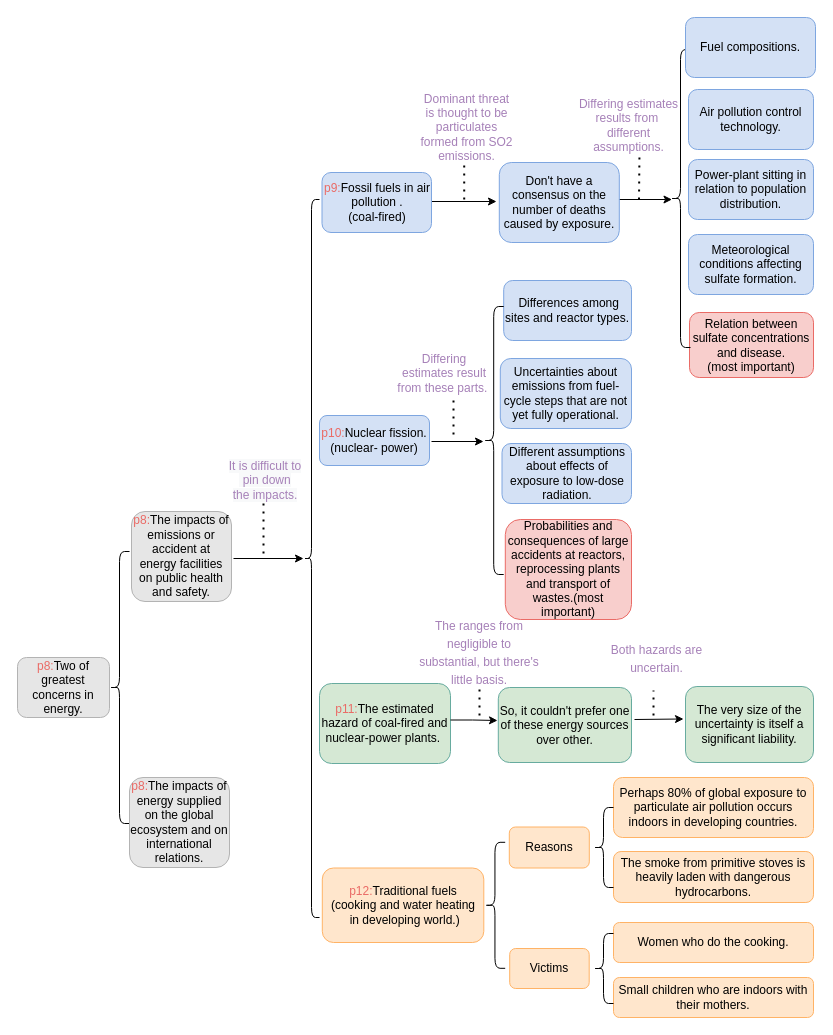
The draw.io diagram mindmap.drawio in limengzhu3211/draw, before the edit. Source tidied: cells renumbered, new cells numbered last; positions are measured from the earlier drawing's top-left corner, leaving out a move shared by most shapes. Both pictures are drawn from the tidied source at 100%, with x=0, y=0 at pixel (17, 17).
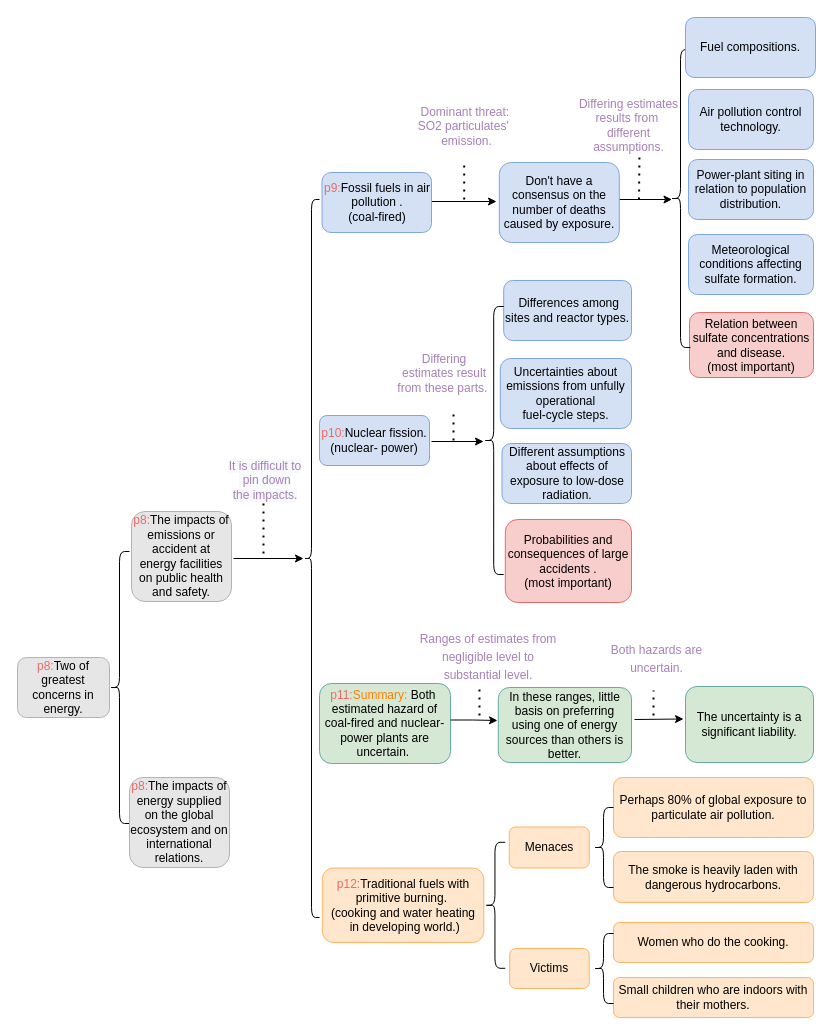
After the change.

The edit, as a diff of the source:
```diff
@@
-    <mxCell id="9" value="Power-plant sitting in relation to population distribution." style="rounded=1;whiteSpace=wrap;html=1;fillColor=#D4E1F5;strokeColor=#7EA6E0;" parent="1" vertex="1">
+    <mxCell id="9" value="Power-plant siting in relation to population distribution." style="rounded=1;whiteSpace=wrap;html=1;fillColor=#D4E1F5;strokeColor=#7EA6E0;" parent="1" vertex="1">
       <mxGeometry x="671" y="142" width="125" height="60" as="geometry" />
     </mxCell>
@@
-    <mxCell id="14" value="Uncertainties about emissions from fuel-cycle steps that are not yet fully operational." style="rounded=1;whiteSpace=wrap;html=1;fillColor=#D4E1F5;strokeColor=#7EA6E0;" parent="1" vertex="1">
+    <mxCell id="14" value="Uncertainties about emissions from unfully operational&lt;br&gt;fuel-cycle steps." style="rounded=1;whiteSpace=wrap;html=1;fillColor=#D4E1F5;strokeColor=#7EA6E0;" parent="1" vertex="1">
       <mxGeometry x="482.8" y="341" width="131.2" height="70" as="geometry" />
     </mxCell>
@@
-    <mxCell id="16" value="Probabilities and consequences of large accidents at reactors, reprocessing plants and transport of wastes.(most important)" style="rounded=1;whiteSpace=wrap;html=1;fillColor=#F8CECC;strokeColor=#EA6B66;" parent="1" vertex="1">
-      <mxGeometry x="487.8" y="502" width="126.2" height="100" as="geometry" />
+    <mxCell id="16" value="Probabilities and consequences of large accidents .&lt;br&gt;(most important)" style="rounded=1;whiteSpace=wrap;html=1;fillColor=#F8CECC;strokeColor=#EA6B66;" parent="1" vertex="1">
+      <mxGeometry x="487.8" y="502" width="126.2" height="83" as="geometry" />
     </mxCell>
@@
-    <mxCell id="18" value="So, it couldn't prefer one of these energy sources over other." style="rounded=1;whiteSpace=wrap;html=1;fillColor=#D5E8D4;strokeColor=#67AB9F;" parent="1" vertex="1">
+    <mxCell id="18" value="In these ranges, little basis on preferring using one of energy sources than others is better." style="rounded=1;whiteSpace=wrap;html=1;fillColor=#D5E8D4;strokeColor=#67AB9F;" parent="1" vertex="1">
       <mxGeometry x="480.8" y="670" width="133.2" height="75" as="geometry" />
     </mxCell>
-    <mxCell id="19" value="Perhaps 80% of global exposure to particulate air pollution occurs indoors in developing countries." style="rounded=1;whiteSpace=wrap;html=1;fillColor=#FFE6CC;strokeColor=#FFB366;" parent="1" vertex="1">
+    <mxCell id="19" value="Perhaps 80% of global exposure to particulate air pollution." style="rounded=1;whiteSpace=wrap;html=1;fillColor=#FFE6CC;strokeColor=#FFB366;" parent="1" vertex="1">
       <mxGeometry x="596" y="760" width="200" height="60" as="geometry" />
     </mxCell>
@@
-    <mxCell id="34" style="endArrow=none;dashed=1;html=1;dashPattern=1 3;strokeWidth=2;entryX=0.5;entryY=1;entryDx=0;entryDy=0;" parent="1" edge="1">
+    <mxCell id="34" style="endArrow=none;dashed=1;html=1;dashPattern=1 3;strokeWidth=2;" parent="1" edge="1">
       <mxGeometry relative="1" as="geometry">
-        <mxPoint x="436" y="417" as="sourcePoint" />
-        <mxPoint x="436" y="377" as="targetPoint" />
+        <mxPoint x="436" y="423" as="sourcePoint" />
+        <mxPoint x="436" y="395" as="targetPoint" />
       </mxGeometry>
     </mxCell>
-    <mxCell id="35" value="&lt;span style=&quot;font-family: &amp;#34;helvetica&amp;#34;&quot;&gt;&lt;font color=&quot;#ea6b66&quot;&gt;p11:&lt;/font&gt;The estimated hazard of coal-fired and nuclear-power plants.&amp;nbsp;&lt;/span&gt;" style="rounded=1;whiteSpace=wrap;html=1;fillColor=#D5E8D4;strokeColor=#67AB9F;" parent="1" vertex="1">
+    <mxCell id="35" value="&lt;span style=&quot;font-family: &amp;#34;helvetica&amp;#34;&quot;&gt;&lt;font color=&quot;#ea6b66&quot;&gt;p11:&lt;/font&gt;&lt;font color=&quot;#ff8000&quot;&gt;Summary:&lt;/font&gt;&amp;nbsp;&lt;/span&gt;&lt;span style=&quot;font-family: &amp;#34;helvetica&amp;#34;&quot;&gt;Both&amp;nbsp;&lt;/span&gt;&lt;span style=&quot;font-family: &amp;#34;helvetica&amp;#34;&quot;&gt;&lt;br&gt;estimated hazard of coal-fired and nuclear-power plants are uncertain.&amp;nbsp;&lt;/span&gt;" style="rounded=1;whiteSpace=wrap;html=1;fillColor=#D5E8D4;strokeColor=#67AB9F;" parent="1" vertex="1">
       <mxGeometry x="302" y="666" width="131" height="80" as="geometry" />
     </mxCell>
-    <mxCell id="36" value="&lt;span style=&quot;font-family: &amp;#34;helvetica&amp;#34;&quot;&gt;&lt;font color=&quot;#a680b8&quot;&gt;Dominant threat &lt;br&gt;is thought to be particulates formed from SO2 emissions.&lt;/font&gt;&lt;/span&gt;" style="text;html=1;strokeColor=none;fillColor=none;align=center;verticalAlign=middle;whiteSpace=wrap;rounded=0;" parent="1" vertex="1">
-      <mxGeometry x="397.5" y="63" width="102.5" height="94" as="geometry" />
+    <mxCell id="36" value="&lt;span style=&quot;font-family: &amp;#34;helvetica&amp;#34;&quot;&gt;&lt;font color=&quot;#a680b8&quot;&gt;Dominant threat:&amp;nbsp;&lt;br&gt;SO2&amp;nbsp;&lt;/font&gt;&lt;/span&gt;&lt;span style=&quot;color: rgb(166 , 128 , 184) ; font-family: &amp;#34;helvetica&amp;#34;&quot;&gt;particulates'&amp;nbsp;&amp;nbsp;&lt;/span&gt;&lt;span style=&quot;font-family: &amp;#34;helvetica&amp;#34;&quot;&gt;&lt;font color=&quot;#a680b8&quot;&gt;&lt;br&gt;emission.&lt;/font&gt;&lt;/span&gt;" style="text;html=1;strokeColor=none;fillColor=none;align=center;verticalAlign=middle;whiteSpace=wrap;rounded=0;" parent="1" vertex="1">
+      <mxGeometry x="397.5" y="63" width="102.5" height="92" as="geometry" />
     </mxCell>
@@
-    <mxCell id="38" value="&lt;span&gt;The smoke from primitive stoves is heavily laden with dangerous hydrocarbons.&lt;/span&gt;" style="rounded=1;whiteSpace=wrap;html=1;fillColor=#FFE6CC;strokeColor=#FFB366;" parent="1" vertex="1">
+    <mxCell id="38" value="&lt;span&gt;The smoke is heavily laden with dangerous hydrocarbons.&lt;/span&gt;" style="rounded=1;whiteSpace=wrap;html=1;fillColor=#FFE6CC;strokeColor=#FFB366;" parent="1" vertex="1">
       <mxGeometry x="596" y="834" width="200" height="51" as="geometry" />
     </mxCell>
-    <mxCell id="39" value="Reasons" style="rounded=1;whiteSpace=wrap;html=1;fillColor=#FFE6CC;strokeColor=#FFB366;" parent="1" vertex="1">
+    <mxCell id="39" value="Menaces" style="rounded=1;whiteSpace=wrap;html=1;fillColor=#FFE6CC;strokeColor=#FFB366;" parent="1" vertex="1">
       <mxGeometry x="491.8" y="809.5" width="80" height="41" as="geometry" />
     </mxCell>
@@
-    <mxCell id="42" value="&lt;p class=&quot;MsoNormal&quot; style=&quot;line-height: 150%&quot;&gt;&lt;span lang=&quot;EN-US&quot;&gt;&lt;font color=&quot;#a680b8&quot;&gt;The ranges from&lt;br&gt;negligible to substantial, but there's little basis.&lt;/font&gt;&lt;/span&gt;&lt;/p&gt;" style="text;html=1;strokeColor=none;fillColor=none;align=center;verticalAlign=middle;whiteSpace=wrap;rounded=0;" parent="1" vertex="1">
-      <mxGeometry x="400" y="610" width="123.5" height="50" as="geometry" />
+    <mxCell id="42" value="&lt;p class=&quot;MsoNormal&quot; style=&quot;line-height: 150%&quot;&gt;&lt;span lang=&quot;EN-US&quot;&gt;&lt;font color=&quot;#a680b8&quot;&gt;Ranges of estimates from negligible level to substantial level.&lt;/font&gt;&lt;/span&gt;&lt;/p&gt;" style="text;html=1;strokeColor=none;fillColor=none;align=center;verticalAlign=middle;whiteSpace=wrap;rounded=0;" parent="1" vertex="1">
+      <mxGeometry x="396" y="614" width="150" height="50" as="geometry" />
     </mxCell>
@@
-    <mxCell id="49" value="The very size of the uncertainty is itself a significant liability." style="rounded=1;whiteSpace=wrap;html=1;fillColor=#D5E8D4;strokeColor=#67AB9F;" parent="1" vertex="1">
+    <mxCell id="49" value="The uncertainty is a significant liability." style="rounded=1;whiteSpace=wrap;html=1;fillColor=#D5E8D4;strokeColor=#67AB9F;" parent="1" vertex="1">
       <mxGeometry x="668" y="669" width="128" height="76" as="geometry" />
     </mxCell>
@@
-    <mxCell id="51" value="&lt;font color=&quot;#ea6b66&quot;&gt;p12:&lt;/font&gt;Traditional fuels &lt;br&gt;(cooking and water heating&lt;br&gt;&amp;nbsp;in developing world.)" style="rounded=1;whiteSpace=wrap;html=1;fillColor=#FFE6CC;strokeColor=#FFB366;" parent="1" vertex="1">
+    <mxCell id="51" value="&lt;font color=&quot;#ea6b66&quot;&gt;p12:&lt;/font&gt;Traditional fuels with primitive burning.&amp;nbsp;&lt;br&gt;(cooking and water heating&lt;br&gt;&amp;nbsp;in developing world.)" style="rounded=1;whiteSpace=wrap;html=1;fillColor=#FFE6CC;strokeColor=#FFB366;" parent="1" vertex="1">
       <mxGeometry x="304.8" y="850.5" width="161.5" height="74.5" as="geometry" />
     </mxCell>
```
